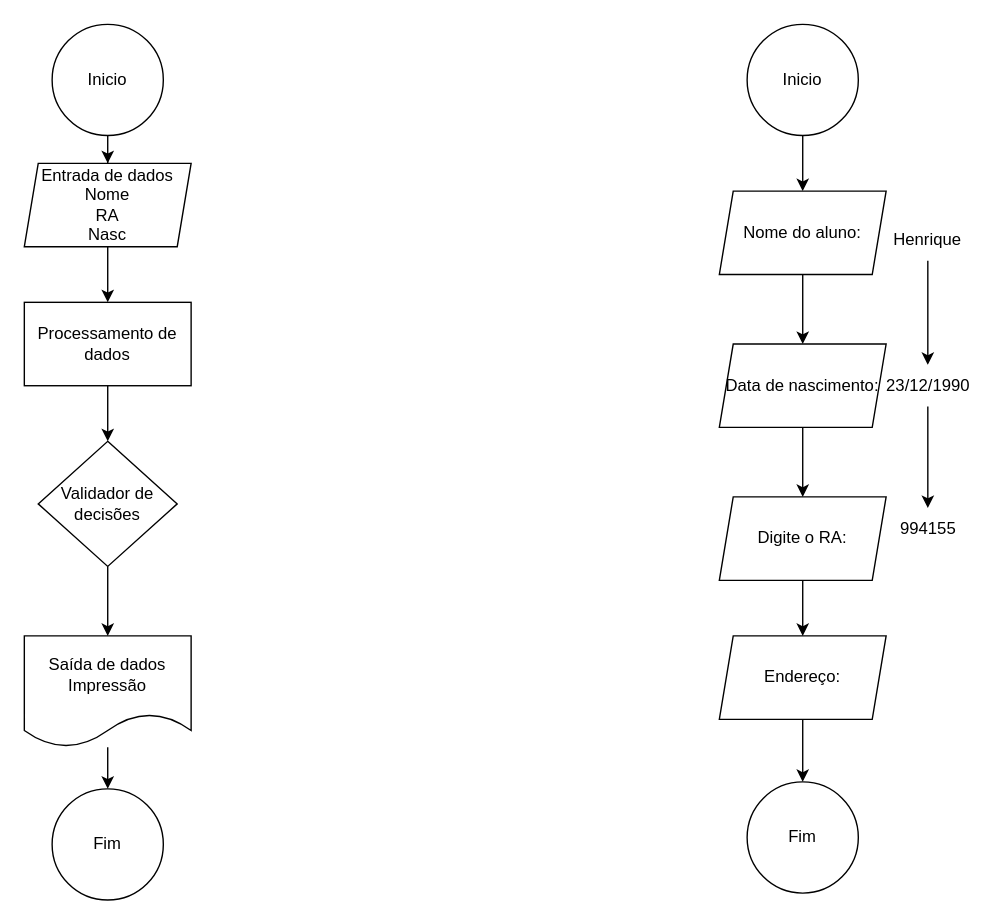
Above: Software de cadastro de alunos.drawio in Henriquecmdsilva/Fluxogramas (draw.io), before the change. Source tidied: cells renumbered, new cells numbered last; positions are measured from the earlier drawing's top-left corner, leaving out a move shared by most shapes. Both pictures are drawn from the tidied source at 139%, with x=0, y=0 at pixel (24, 24).
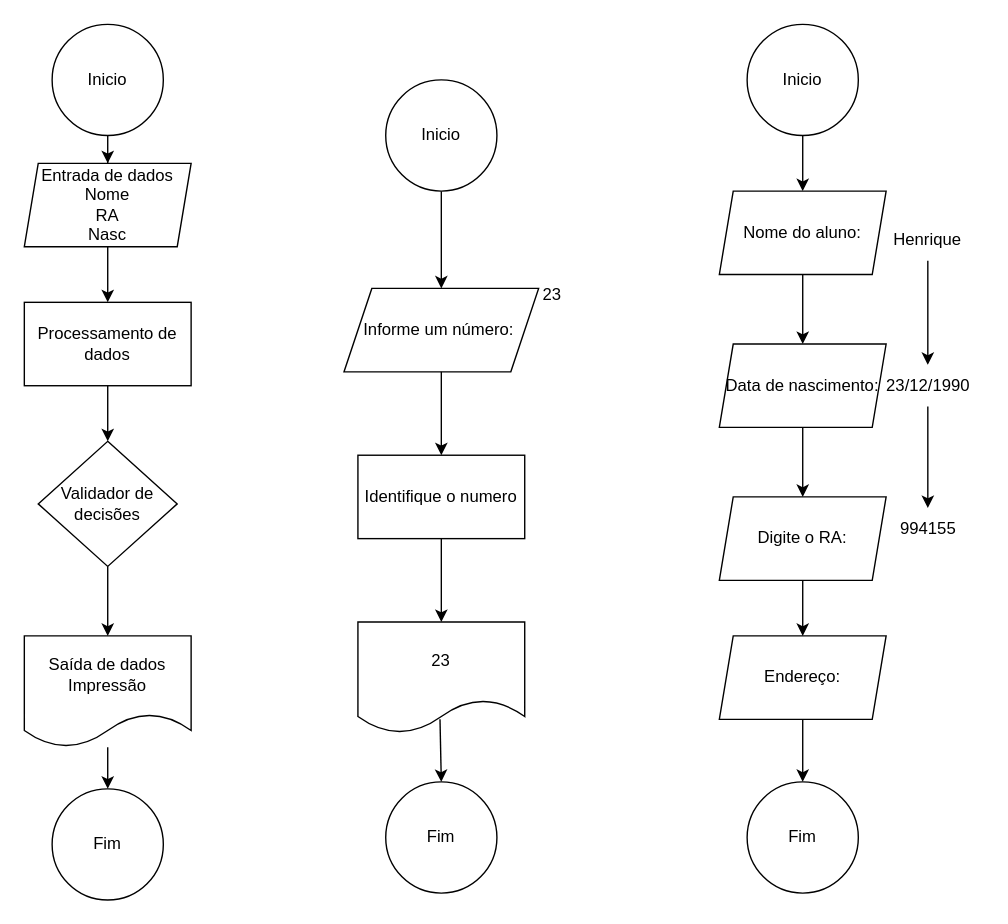
Above is the later version.

Change to the diagram source:
```diff
@@
+    <mxCell id="29" style="edgeStyle=orthogonalEdgeStyle;rounded=0;jettySize=auto;html=1;" parent="1" edge="1" source="30" target="32">
+      <mxGeometry relative="1" as="geometry" />
+    </mxCell>
+    <mxCell id="30" style="ellipse;whiteSpace=wrap;html=1;" parent="1" vertex="1">
+      <mxGeometry x="260" y="40" width="80" height="80" as="geometry" />
+    </mxCell>
+    <mxCell id="31" style="edgeStyle=orthogonalEdgeStyle;rounded=0;jettySize=auto;html=1;" parent="1" edge="1" source="39" target="34">
+      <mxGeometry relative="1" as="geometry" />
+    </mxCell>
+    <mxCell id="32" value="Informe um número:&amp;nbsp;" style="shape=parallelogram;perimeter=parallelogramPerimeter;whiteSpace=wrap;html=1;fixedSize=1;" parent="1" vertex="1">
+      <mxGeometry x="230" y="190" width="140" height="60" as="geometry" />
+    </mxCell>
+    <mxCell id="33" value="Inicio" style="text;html=1;align=center;verticalAlign=middle;whiteSpace=wrap;rounded=0;" parent="1" vertex="1">
+      <mxGeometry x="270" y="65" width="60" height="30" as="geometry" />
+    </mxCell>
+    <mxCell id="34" value="23" style="shape=document;whiteSpace=wrap;html=1;boundedLbl=1;" parent="1" vertex="1">
+      <mxGeometry x="240" y="430" width="120" height="80" as="geometry" />
+    </mxCell>
+    <mxCell id="35" value="23" style="text;html=1;align=center;verticalAlign=middle;whiteSpace=wrap;rounded=0;" parent="1" vertex="1">
+      <mxGeometry x="350" y="180" width="60" height="30" as="geometry" />
+    </mxCell>
+    <mxCell id="36" value="Fim" style="ellipse;whiteSpace=wrap;html=1;" parent="1" vertex="1">
+      <mxGeometry x="260" y="545" width="80" height="80" as="geometry" />
+    </mxCell>
+    <mxCell id="37" style="endArrow=classic;html=1;rounded=0;entryX=0.5;entryY=0;entryDx=0;entryDy=0;exitX=0.492;exitY=0.875;exitDx=0;exitDy=0;exitPerimeter=0;" parent="1" edge="1" source="34" target="36">
+      <mxGeometry relative="1" as="geometry" />
+    </mxCell>
+    <mxCell id="38" style="edgeStyle=orthogonalEdgeStyle;rounded=0;jettySize=auto;html=1;" parent="1" edge="1" source="32" target="39">
+      <mxGeometry relative="1" as="geometry" />
+    </mxCell>
+    <mxCell id="39" value="Identifique o numero" style="rounded=0;whiteSpace=wrap;html=1;" parent="1" vertex="1">
+      <mxGeometry x="240" y="310" width="120" height="60" as="geometry" />
+    </mxCell>
```
